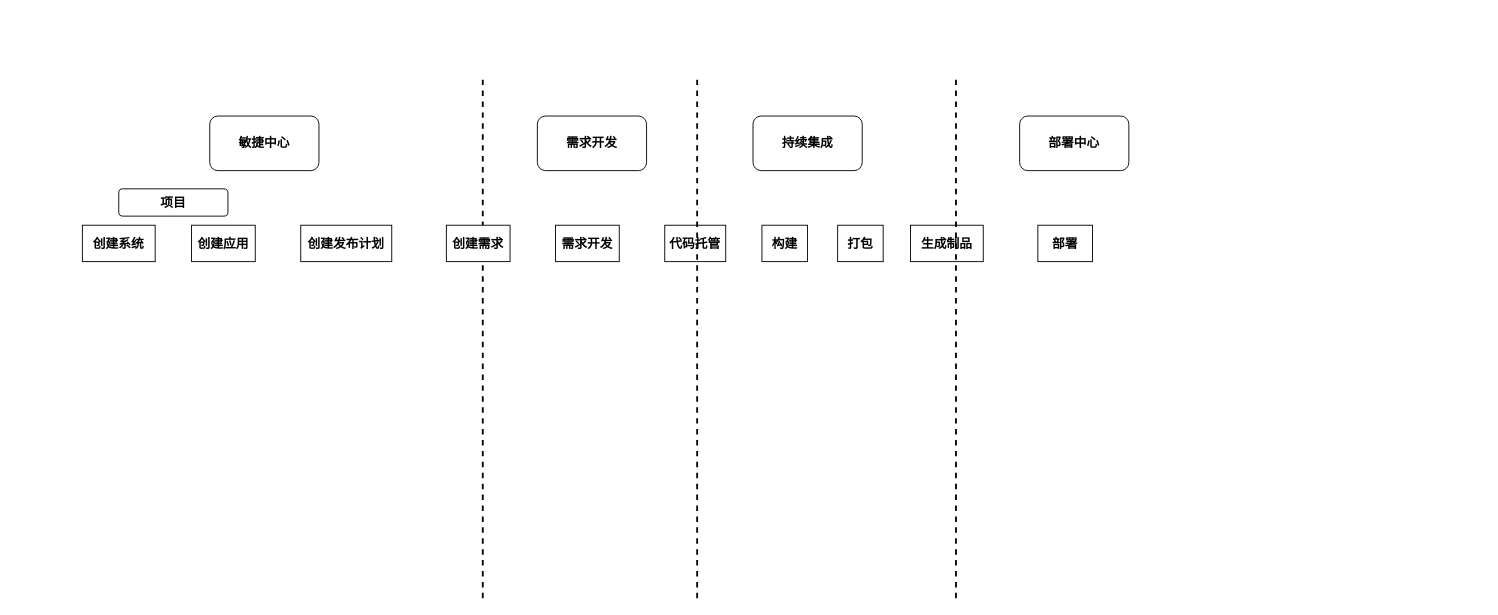
Above: 云道敏捷中心.drawio in xinyimq/yixinwork (draw.io), before the change. Source tidied: cells renumbered, new cells numbered last; positions are measured from the earlier drawing's top-left corner, leaving out a move shared by most shapes. Both pictures are drawn from the tidied source at 91%, with x=0, y=0 at pixel (82, 79).
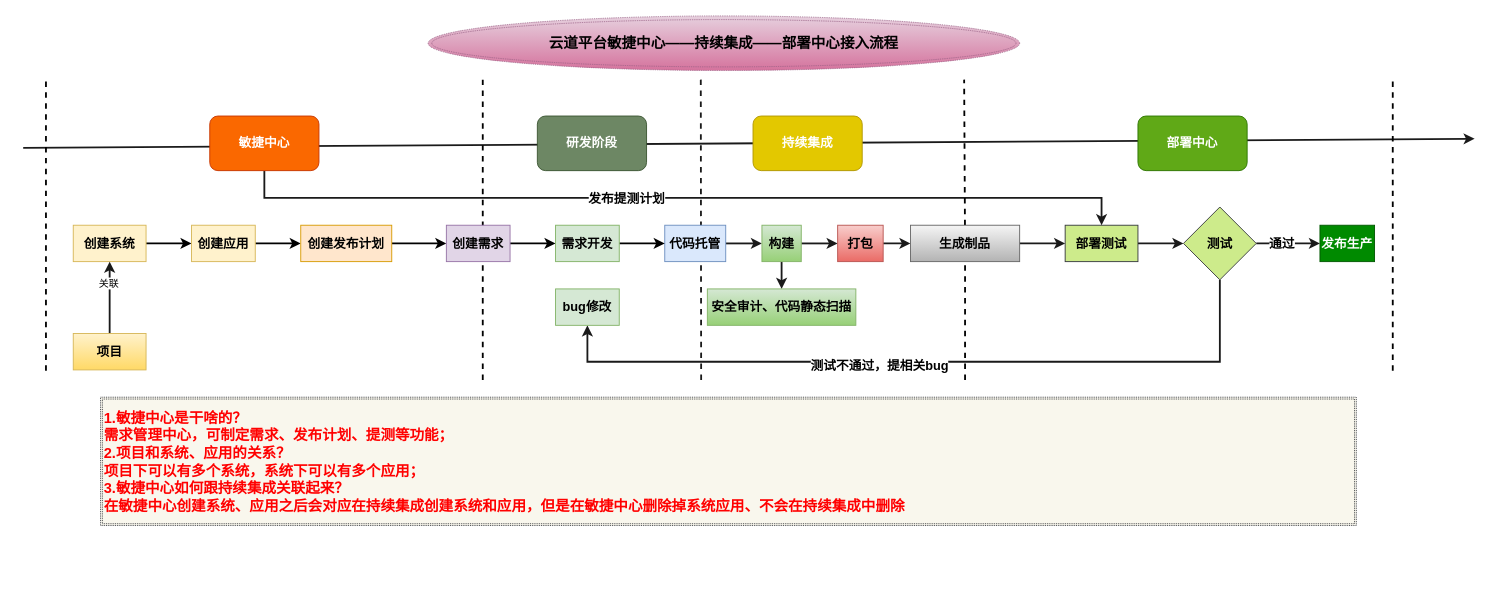
The same page after the edit.

Commit message (it also covers changes not shown here):
Update 云道敏捷中心.drawio

Change to the diagram source:
```diff
@@
+    <mxCell id="18" style="endArrow=none;dashed=1;html=1;strokeWidth=2;fillColor=#dae8fc;strokeColor=#1A1A1A;" parent="1" edge="1">
+      <mxGeometry relative="1" as="geometry">
+        <mxPoint x="680" y="330" as="sourcePoint" />
+        <mxPoint x="679.6" as="targetPoint" />
+      </mxGeometry>
+    </mxCell>
+    <mxCell id="21" style="endArrow=classic;html=1;strokeColor=#1A1A1A;strokeWidth=2;" parent="1" edge="1">
+      <mxGeometry relative="1" as="geometry">
+        <mxPoint x="-65" y="75" as="sourcePoint" />
+        <mxPoint x="1530" y="65" as="targetPoint" />
+      </mxGeometry>
+    </mxCell>
     <mxCell id="2" style="endArrow=none;dashed=1;html=1;strokeWidth=2;" parent="1" edge="1">
       <mxGeometry relative="1" as="geometry">
-        <mxPoint x="440" y="570" as="sourcePoint" />
+        <mxPoint x="440" y="330" as="sourcePoint" />
         <mxPoint x="440" as="targetPoint" />
       </mxGeometry>
     </mxCell>
+    <mxCell id="22" style="edgeStyle=orthogonalEdgeStyle;rounded=0;jettySize=auto;html=1;entryX=0;entryY=0.5;entryDx=0;entryDy=0;strokeWidth=2;" parent="1" edge="1" source="3" target="4">
+      <mxGeometry relative="1" as="geometry" />
+    </mxCell>
-    <mxCell id="3" value="&lt;font style=&quot;font-size: 14px&quot;&gt;&lt;b&gt;创建系统&lt;/b&gt;&lt;/font&gt;" style="rounded=0;whiteSpace=wrap;html=1;" parent="1" vertex="1">
-      <mxGeometry y="160" width="80" height="40" as="geometry" />
+    <mxCell id="3" value="&lt;font style=&quot;font-size: 14px&quot;&gt;&lt;b&gt;创建系统&lt;/b&gt;&lt;/font&gt;" style="rounded=0;whiteSpace=wrap;html=1;fillColor=#fff2cc;strokeColor=#d6b656;" parent="1" vertex="1">
+      <mxGeometry x="-10" y="160" width="80" height="40" as="geometry" />
     </mxCell>
+    <mxCell id="23" style="edgeStyle=orthogonalEdgeStyle;rounded=0;jettySize=auto;html=1;exitX=1;exitY=0.5;exitDx=0;exitDy=0;entryX=0;entryY=0.5;entryDx=0;entryDy=0;strokeWidth=2;" parent="1" edge="1" source="4" target="13">
+      <mxGeometry relative="1" as="geometry" />
+    </mxCell>
-    <mxCell id="4" value="&lt;font style=&quot;font-size: 14px&quot;&gt;&lt;b&gt;创建应用&lt;/b&gt;&lt;/font&gt;" style="rounded=0;whiteSpace=wrap;html=1;" parent="1" vertex="1">
+    <mxCell id="4" value="&lt;font style=&quot;font-size: 14px&quot;&gt;&lt;b&gt;创建应用&lt;/b&gt;&lt;/font&gt;" style="rounded=0;whiteSpace=wrap;html=1;fillColor=#fff2cc;strokeColor=#d6b656;" parent="1" vertex="1">
       <mxGeometry x="120" y="160" width="70" height="40" as="geometry" />
     </mxCell>
+    <mxCell id="24" style="edgeStyle=orthogonalEdgeStyle;rounded=0;jettySize=auto;html=1;exitX=1;exitY=0.5;exitDx=0;exitDy=0;strokeColor=#1A1A1A;strokeWidth=2;" parent="1" edge="1" source="5" target="9">
+      <mxGeometry relative="1" as="geometry" />
+    </mxCell>
-    <mxCell id="5" value="&lt;span style=&quot;font-size: 14px&quot;&gt;&lt;b&gt;代码托管&lt;/b&gt;&lt;/span&gt;" style="rounded=0;whiteSpace=wrap;html=1;" parent="1" vertex="1">
+    <mxCell id="5" value="&lt;span style=&quot;font-size: 14px&quot;&gt;&lt;b&gt;代码托管&lt;/b&gt;&lt;/span&gt;" style="rounded=0;whiteSpace=wrap;html=1;fillColor=#dae8fc;strokeColor=#6c8ebf;" parent="1" vertex="1">
       <mxGeometry x="640" y="160" width="67" height="40" as="geometry" />
     </mxCell>
+    <mxCell id="25" style="edgeStyle=orthogonalEdgeStyle;rounded=0;jettySize=auto;html=1;strokeColor=#1A1A1A;strokeWidth=2;entryX=0.5;entryY=0;entryDx=0;entryDy=0;" parent="1" edge="1" source="6" target="11">
+      <mxGeometry relative="1" as="geometry">
+        <Array as="points">
+          <mxPoint x="200" y="130" />
+          <mxPoint x="1120" y="130" />
+        </Array>
+      </mxGeometry>
+    </mxCell>
+    <mxCell id="26" value="&lt;b&gt;&lt;font style=&quot;font-size: 14px&quot;&gt;发布提测计划&lt;/font&gt;&lt;/b&gt;" style="edgeLabel;html=1;align=center;verticalAlign=middle;" parent="25" vertex="1">
+      <mxGeometry x="-0.13" relative="1" as="geometry">
+        <mxPoint x="1" as="offset" />
+      </mxGeometry>
+    </mxCell>
-    <mxCell id="6" value="&lt;font style=&quot;font-size: 14px&quot;&gt;&lt;b&gt;敏捷中心&lt;/b&gt;&lt;/font&gt;" style="rounded=1;whiteSpace=wrap;html=1;" parent="1" vertex="1">
+    <mxCell id="6" value="&lt;font style=&quot;font-size: 14px&quot;&gt;&lt;b&gt;敏捷中心&lt;/b&gt;&lt;/font&gt;" style="rounded=1;whiteSpace=wrap;html=1;fillColor=#fa6800;strokeColor=#C73500;fontColor=#ffffff;" parent="1" vertex="1">
       <mxGeometry x="140" y="40" width="120" height="60" as="geometry" />
     </mxCell>
-    <mxCell id="7" value="&lt;font style=&quot;font-size: 14px&quot;&gt;&lt;b&gt;项目&lt;/b&gt;&lt;/font&gt;" style="rounded=1;whiteSpace=wrap;html=1;" parent="1" vertex="1">
-      <mxGeometry x="40" y="120" width="120" height="30" as="geometry" />
-    </mxCell>
-    <mxCell id="8" value="&lt;font style=&quot;font-size: 14px&quot;&gt;&lt;b&gt;持续集成&lt;/b&gt;&lt;/font&gt;" style="rounded=1;whiteSpace=wrap;html=1;" parent="1" vertex="1">
+    <mxCell id="8" value="&lt;font style=&quot;font-size: 14px&quot;&gt;&lt;b&gt;持续集成&lt;/b&gt;&lt;/font&gt;" style="rounded=1;whiteSpace=wrap;html=1;fillColor=#e3c800;strokeColor=#B09500;fontColor=#ffffff;" parent="1" vertex="1">
       <mxGeometry x="737" y="40" width="120" height="60" as="geometry" />
     </mxCell>
+    <mxCell id="27" style="edgeStyle=orthogonalEdgeStyle;rounded=0;jettySize=auto;html=1;strokeColor=#1A1A1A;strokeWidth=2;" parent="1" edge="1" source="9" target="10">
+      <mxGeometry relative="1" as="geometry" />
+    </mxCell>
+    <mxCell id="28" style="edgeStyle=orthogonalEdgeStyle;rounded=0;jettySize=auto;html=1;strokeColor=#1A1A1A;strokeWidth=2;" parent="1" edge="1" source="9" target="47">
+      <mxGeometry relative="1" as="geometry" />
+    </mxCell>
-    <mxCell id="9" value="&lt;span style=&quot;font-size: 14px&quot;&gt;&lt;b&gt;构建&lt;/b&gt;&lt;/span&gt;" style="rounded=0;whiteSpace=wrap;html=1;" parent="1" vertex="1">
-      <mxGeometry x="746.8" y="160" width="50" height="40" as="geometry" />
+    <mxCell id="9" value="&lt;span style=&quot;font-size: 14px&quot;&gt;&lt;b&gt;构建&lt;/b&gt;&lt;/span&gt;" style="rounded=0;whiteSpace=wrap;html=1;gradientColor=#97d077;fillColor=#d5e8d4;strokeColor=#82b366;" parent="1" vertex="1">
+      <mxGeometry x="746.8" y="160" width="43.2" height="40" as="geometry" />
     </mxCell>
+    <mxCell id="29" style="edgeStyle=orthogonalEdgeStyle;rounded=0;jettySize=auto;html=1;entryX=0;entryY=0.5;entryDx=0;entryDy=0;strokeColor=#1A1A1A;strokeWidth=2;" parent="1" edge="1" source="10" target="16">
+      <mxGeometry relative="1" as="geometry" />
+    </mxCell>
-    <mxCell id="10" value="&lt;span style=&quot;font-size: 14px&quot;&gt;&lt;b&gt;打包&lt;/b&gt;&lt;/span&gt;" style="rounded=0;whiteSpace=wrap;html=1;" parent="1" vertex="1">
+    <mxCell id="10" value="&lt;span style=&quot;font-size: 14px&quot;&gt;&lt;b&gt;打包&lt;/b&gt;&lt;/span&gt;" style="rounded=0;whiteSpace=wrap;html=1;gradientColor=#ea6b66;fillColor=#f8cecc;strokeColor=#b85450;" parent="1" vertex="1">
       <mxGeometry x="830" y="160" width="50" height="40" as="geometry" />
     </mxCell>
+    <mxCell id="30" style="edgeStyle=orthogonalEdgeStyle;rounded=0;jettySize=auto;html=1;strokeColor=#1A1A1A;strokeWidth=2;" parent="1" edge="1" source="11" target="42">
+      <mxGeometry relative="1" as="geometry" />
+    </mxCell>
-    <mxCell id="11" value="&lt;span style=&quot;font-size: 14px&quot;&gt;&lt;b&gt;部署&lt;/b&gt;&lt;/span&gt;" style="rounded=0;whiteSpace=wrap;html=1;" parent="1" vertex="1">
-      <mxGeometry x="1050" y="160" width="60" height="40" as="geometry" />
+    <mxCell id="11" value="&lt;span style=&quot;font-size: 14px&quot;&gt;&lt;b&gt;部署测试&lt;/b&gt;&lt;/span&gt;" style="rounded=0;whiteSpace=wrap;html=1;fillColor=#cdeb8b;strokeColor=#36393d;" parent="1" vertex="1">
+      <mxGeometry x="1080" y="160" width="80" height="40" as="geometry" />
     </mxCell>
-    <mxCell id="12" value="&lt;font style=&quot;font-size: 14px&quot;&gt;&lt;b&gt;需求开发&lt;/b&gt;&lt;/font&gt;" style="rounded=1;whiteSpace=wrap;html=1;" parent="1" vertex="1">
+    <mxCell id="12" value="&lt;font style=&quot;font-size: 14px&quot;&gt;&lt;b&gt;研发阶段&lt;/b&gt;&lt;/font&gt;" style="rounded=1;whiteSpace=wrap;html=1;fillColor=#6d8764;strokeColor=#3A5431;fontColor=#ffffff;" parent="1" vertex="1">
       <mxGeometry x="500" y="40" width="120" height="60" as="geometry" />
     </mxCell>
+    <mxCell id="31" style="edgeStyle=orthogonalEdgeStyle;rounded=0;jettySize=auto;html=1;entryX=0;entryY=0.5;entryDx=0;entryDy=0;strokeWidth=2;" parent="1" edge="1" source="13" target="14">
+      <mxGeometry relative="1" as="geometry" />
+    </mxCell>
-    <mxCell id="13" value="&lt;span style=&quot;font-size: 14px&quot;&gt;&lt;b&gt;创建发布计划&lt;/b&gt;&lt;/span&gt;" style="rounded=0;whiteSpace=wrap;html=1;" parent="1" vertex="1">
+    <mxCell id="13" value="&lt;span style=&quot;font-size: 14px&quot;&gt;&lt;b&gt;创建发布计划&lt;/b&gt;&lt;/span&gt;" style="rounded=0;whiteSpace=wrap;html=1;fillColor=#ffe6cc;strokeColor=#d79b00;" parent="1" vertex="1">
       <mxGeometry x="240" y="160" width="100" height="40" as="geometry" />
     </mxCell>
+    <mxCell id="32" style="edgeStyle=orthogonalEdgeStyle;rounded=0;jettySize=auto;html=1;entryX=0;entryY=0.5;entryDx=0;entryDy=0;strokeWidth=2;" parent="1" edge="1" source="14" target="15">
+      <mxGeometry relative="1" as="geometry" />
+    </mxCell>
-    <mxCell id="14" value="&lt;span style=&quot;font-size: 14px&quot;&gt;&lt;b&gt;创建需求&lt;/b&gt;&lt;/span&gt;" style="rounded=0;whiteSpace=wrap;html=1;" parent="1" vertex="1">
+    <mxCell id="14" value="&lt;span style=&quot;font-size: 14px&quot;&gt;&lt;b&gt;创建需求&lt;/b&gt;&lt;/span&gt;" style="rounded=0;whiteSpace=wrap;html=1;fillColor=#e1d5e7;strokeColor=#9673a6;" parent="1" vertex="1">
       <mxGeometry x="400" y="160" width="70" height="40" as="geometry" />
     </mxCell>
+    <mxCell id="33" style="edgeStyle=orthogonalEdgeStyle;rounded=0;jettySize=auto;html=1;entryX=0;entryY=0.5;entryDx=0;entryDy=0;strokeWidth=2;" parent="1" edge="1" source="15" target="5">
+      <mxGeometry relative="1" as="geometry" />
+    </mxCell>
-    <mxCell id="15" value="&lt;span style=&quot;font-size: 14px&quot;&gt;&lt;b&gt;需求开发&lt;/b&gt;&lt;/span&gt;" style="rounded=0;whiteSpace=wrap;html=1;" parent="1" vertex="1">
+    <mxCell id="15" value="&lt;span style=&quot;font-size: 14px&quot;&gt;&lt;b&gt;需求开发&lt;/b&gt;&lt;/span&gt;" style="rounded=0;whiteSpace=wrap;html=1;fillColor=#d5e8d4;strokeColor=#82b366;" parent="1" vertex="1">
       <mxGeometry x="520" y="160" width="70" height="40" as="geometry" />
     </mxCell>
+    <mxCell id="17" value="&lt;font style=&quot;font-size: 14px&quot;&gt;&lt;b&gt;部署中心&lt;/b&gt;&lt;/font&gt;" style="rounded=1;whiteSpace=wrap;html=1;fillColor=#60a917;strokeColor=#2D7600;fontColor=#ffffff;" parent="1" vertex="1">
+      <mxGeometry x="1160" y="40" width="120" height="60" as="geometry" />
+    </mxCell>
+    <mxCell id="20" style="endArrow=none;dashed=1;html=1;strokeWidth=2;" parent="1" edge="1" source="16">
+      <mxGeometry relative="1" as="geometry">
+        <mxPoint x="969" as="targetPoint" />
+      </mxGeometry>
+    </mxCell>
+    <mxCell id="34" value="&lt;font style=&quot;font-size: 16px&quot; color=&quot;#ff0000&quot;&gt;&lt;b&gt;1.敏捷中心是干啥的？&lt;br&gt;需求管理中心，可制定需求、发布计划、提测等功能；&lt;br&gt;2.项目和系统、应用的关系？&lt;br&gt;项目下可以有多个系统，系统下可以有多个应用；&lt;br&gt;3.敏捷中心如何跟持续集成关联起来？&lt;br&gt;在敏捷中心创建系统、应用之后会对应在持续集成创建系统和应用，但是在敏捷中心删除掉系统应用、不会在持续集成中删除&lt;br&gt;&lt;/b&gt;&lt;/font&gt;" style="shape=ext;double=1;rounded=0;whiteSpace=wrap;html=1;fillColor=#f9f7ed;dashed=1;dashPattern=1 1;strokeColor=#36393d;align=left;" parent="1" vertex="1">
+      <mxGeometry x="20" y="349" width="1380" height="141" as="geometry" />
+    </mxCell>
+    <mxCell id="35" style="edgeStyle=orthogonalEdgeStyle;rounded=0;jettySize=auto;html=1;entryX=0;entryY=0.5;entryDx=0;entryDy=0;strokeColor=#1A1A1A;strokeWidth=2;" parent="1" edge="1" source="16" target="11">
+      <mxGeometry relative="1" as="geometry" />
+    </mxCell>
-    <mxCell id="16" value="&lt;span style=&quot;font-size: 14px&quot;&gt;&lt;b&gt;生成制品&lt;/b&gt;&lt;/span&gt;" style="rounded=0;whiteSpace=wrap;html=1;" parent="1" vertex="1">
-      <mxGeometry x="910" y="160" width="80" height="40" as="geometry" />
+    <mxCell id="16" value="&lt;span style=&quot;font-size: 14px&quot;&gt;&lt;b&gt;生成制品&lt;/b&gt;&lt;/span&gt;" style="rounded=0;whiteSpace=wrap;html=1;gradientColor=#b3b3b3;fillColor=#f5f5f5;strokeColor=#666666;" parent="1" vertex="1">
+      <mxGeometry x="910" y="160" width="120" height="40" as="geometry" />
     </mxCell>
-    <mxCell id="17" value="&lt;font style=&quot;font-size: 14px&quot;&gt;&lt;b&gt;部署中心&lt;/b&gt;&lt;/font&gt;" style="rounded=1;whiteSpace=wrap;html=1;" parent="1" vertex="1">
-      <mxGeometry x="1030" y="40" width="120" height="60" as="geometry" />
-    </mxCell>
-    <mxCell id="18" style="endArrow=none;dashed=1;html=1;strokeWidth=2;" parent="1" edge="1">
-      <mxGeometry relative="1" as="geometry">
-        <mxPoint x="675.6" y="570" as="sourcePoint" />
-        <mxPoint x="675.6" as="targetPoint" />
-      </mxGeometry>
-    </mxCell>
-    <mxCell id="19" style="edgeStyle=orthogonalEdgeStyle;rounded=0;orthogonalLoop=1;jettySize=auto;html=1;exitX=0.5;exitY=1;exitDx=0;exitDy=0;dashed=1;strokeWidth=2;" parent="1" edge="1" source="9" target="9">
-      <mxGeometry relative="1" as="geometry" />
-    </mxCell>
-    <mxCell id="20" style="endArrow=none;dashed=1;html=1;strokeWidth=2;" parent="1" edge="1">
-      <mxGeometry relative="1" as="geometry">
-        <mxPoint x="960" y="570" as="sourcePoint" />
-        <mxPoint x="960" as="targetPoint" />
-      </mxGeometry>
-    </mxCell>
+    <mxCell id="36" style="endArrow=none;dashed=1;html=1;strokeWidth=2;" parent="1" edge="1" target="16">
+      <mxGeometry relative="1" as="geometry">
+        <mxPoint x="970" y="330" as="sourcePoint" />
+      </mxGeometry>
+    </mxCell>
+    <mxCell id="37" value="&lt;span style=&quot;font-size: 14px&quot;&gt;&lt;b&gt;发布生产&lt;/b&gt;&lt;/span&gt;" style="rounded=0;whiteSpace=wrap;html=1;fillColor=#008a00;strokeColor=#005700;fontColor=#ffffff;" parent="1" vertex="1">
+      <mxGeometry x="1360" y="160" width="60" height="40" as="geometry" />
+    </mxCell>
+    <mxCell id="38" style="edgeStyle=orthogonalEdgeStyle;rounded=0;jettySize=auto;html=1;entryX=0;entryY=0.5;entryDx=0;entryDy=0;strokeColor=#1A1A1A;strokeWidth=2;" parent="1" edge="1" source="42" target="37">
+      <mxGeometry relative="1" as="geometry" />
+    </mxCell>
+    <mxCell id="39" value="&lt;b&gt;&lt;font style=&quot;font-size: 14px&quot;&gt;通过&lt;/font&gt;&lt;/b&gt;" style="edgeLabel;html=1;align=center;verticalAlign=middle;" parent="38" vertex="1">
+      <mxGeometry x="-0.23" y="1" relative="1" as="geometry" />
+    </mxCell>
+    <mxCell id="40" style="edgeStyle=orthogonalEdgeStyle;rounded=0;jettySize=auto;html=1;entryX=0.5;entryY=1;entryDx=0;entryDy=0;strokeColor=#1A1A1A;strokeWidth=2;" parent="1" edge="1" source="42" target="43">
+      <mxGeometry relative="1" as="geometry">
+        <Array as="points">
+          <mxPoint x="1250" y="310" />
+          <mxPoint x="555" y="310" />
+        </Array>
+      </mxGeometry>
+    </mxCell>
+    <mxCell id="41" value="&lt;b&gt;&lt;font style=&quot;font-size: 14px&quot;&gt;测试不通过，提相关bug&lt;/font&gt;&lt;/b&gt;" style="edgeLabel;html=1;align=center;verticalAlign=middle;" parent="40" vertex="1">
+      <mxGeometry x="0.13" y="4" relative="1" as="geometry">
+        <mxPoint x="1" as="offset" />
+      </mxGeometry>
+    </mxCell>
+    <mxCell id="42" value="&lt;b&gt;&lt;font style=&quot;font-size: 14px&quot;&gt;测试&lt;/font&gt;&lt;/b&gt;" style="rhombus;whiteSpace=wrap;html=1;rounded=0;strokeColor=#36393d;fillColor=#cdeb8b;" parent="1" vertex="1">
+      <mxGeometry x="1210" y="140" width="80" height="80" as="geometry" />
+    </mxCell>
+    <mxCell id="43" value="&lt;span style=&quot;font-size: 14px&quot;&gt;&lt;b&gt;bug修改&lt;/b&gt;&lt;/span&gt;" style="rounded=0;whiteSpace=wrap;html=1;fillColor=#d5e8d4;strokeColor=#82b366;" parent="1" vertex="1">
+      <mxGeometry x="520" y="230" width="70" height="40" as="geometry" />
+    </mxCell>
+    <mxCell id="44" style="endArrow=none;dashed=1;html=1;strokeWidth=2;" parent="1" edge="1">
+      <mxGeometry relative="1" as="geometry">
+        <mxPoint x="-40" y="320" as="sourcePoint" />
+        <mxPoint x="-40" as="targetPoint" />
+      </mxGeometry>
+    </mxCell>
+    <mxCell id="45" style="endArrow=none;dashed=1;html=1;strokeWidth=2;" parent="1" edge="1">
+      <mxGeometry relative="1" as="geometry">
+        <mxPoint x="1440" y="320" as="sourcePoint" />
+        <mxPoint x="1440" as="targetPoint" />
+      </mxGeometry>
+    </mxCell>
+    <mxCell id="46" value="&lt;b&gt;&lt;font style=&quot;font-size: 16px&quot;&gt;云道平台敏捷中心——持续集成——部署中心接入流程&lt;/font&gt;&lt;/b&gt;" style="ellipse;shape=doubleEllipse;whiteSpace=wrap;html=1;dashed=1;dashPattern=1 1;fillColor=#e6d0de;strokeColor=#996185;gradientColor=#d5739d;" parent="1" vertex="1">
+      <mxGeometry x="380" y="-70" width="650" height="60" as="geometry" />
+    </mxCell>
+    <mxCell id="47" value="&lt;span style=&quot;font-size: 14px&quot;&gt;&lt;b&gt;安全审计、代码静态扫描&lt;/b&gt;&lt;/span&gt;" style="rounded=0;whiteSpace=wrap;html=1;gradientColor=#97d077;fillColor=#d5e8d4;strokeColor=#82b366;" parent="1" vertex="1">
+      <mxGeometry x="686.8" y="230" width="163.2" height="40" as="geometry" />
+    </mxCell>
+    <mxCell id="48" style="edgeStyle=orthogonalEdgeStyle;rounded=0;jettySize=auto;html=1;strokeColor=#1A1A1A;strokeWidth=2;" parent="1" edge="1" source="7" target="3">
+      <mxGeometry relative="1" as="geometry" />
+    </mxCell>
+    <mxCell id="49" value="关联" style="edgeLabel;html=1;align=center;verticalAlign=middle;" parent="48" vertex="1">
+      <mxGeometry x="0.41" y="2" relative="1" as="geometry" />
+    </mxCell>
+    <mxCell id="7" value="&lt;font style=&quot;font-size: 14px&quot;&gt;&lt;b&gt;项目&lt;/b&gt;&lt;/font&gt;" style="rounded=0;whiteSpace=wrap;html=1;fillColor=#fff2cc;strokeColor=#d6b656;gradientColor=#ffd966;" parent="1" vertex="1">
+      <mxGeometry x="-10" y="279" width="80" height="40" as="geometry" />
+    </mxCell>
```
